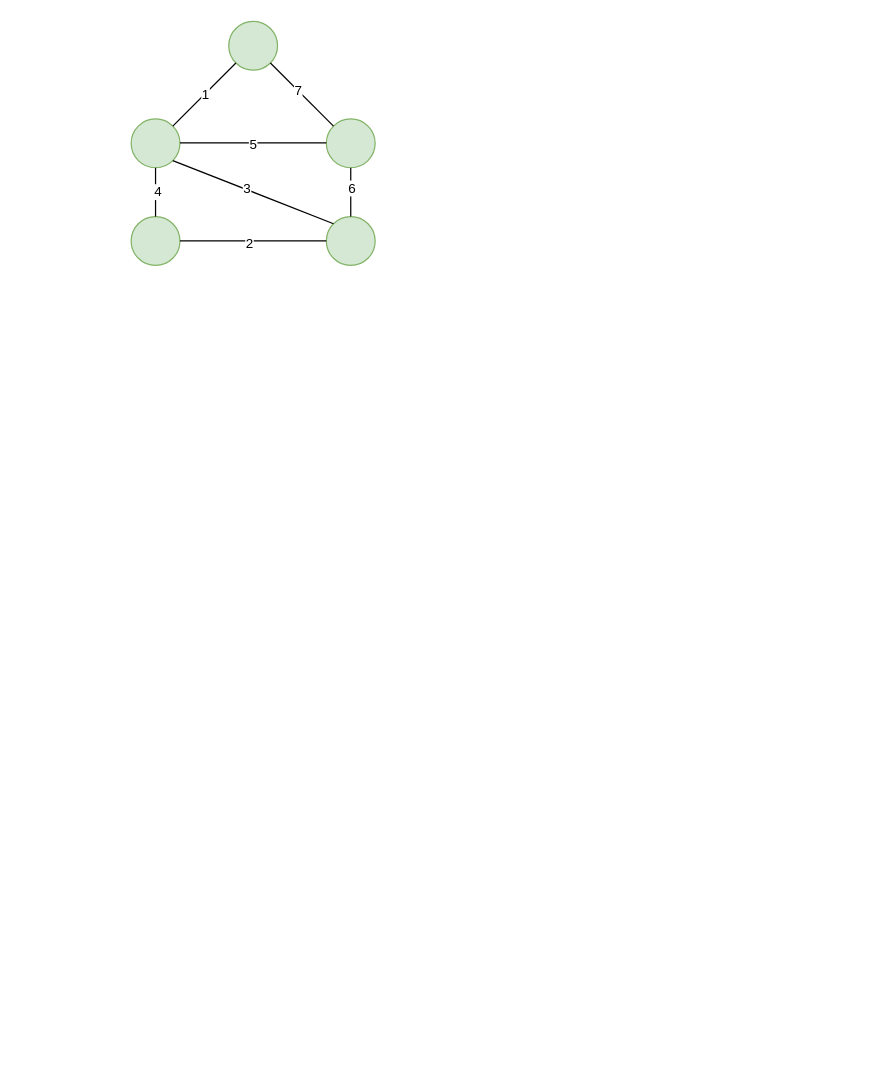
mahendra49/draw-io keeps this draw.io diagram as krushals.drawio. Above is the earlier version. Source tidied: cells renumbered, new cells numbered last; positions are measured from the earlier drawing's top-left corner, leaving out a move shared by most shapes. Both pictures are drawn from the tidied source at 122%, with x=0, y=0 at pixel (131, 21).
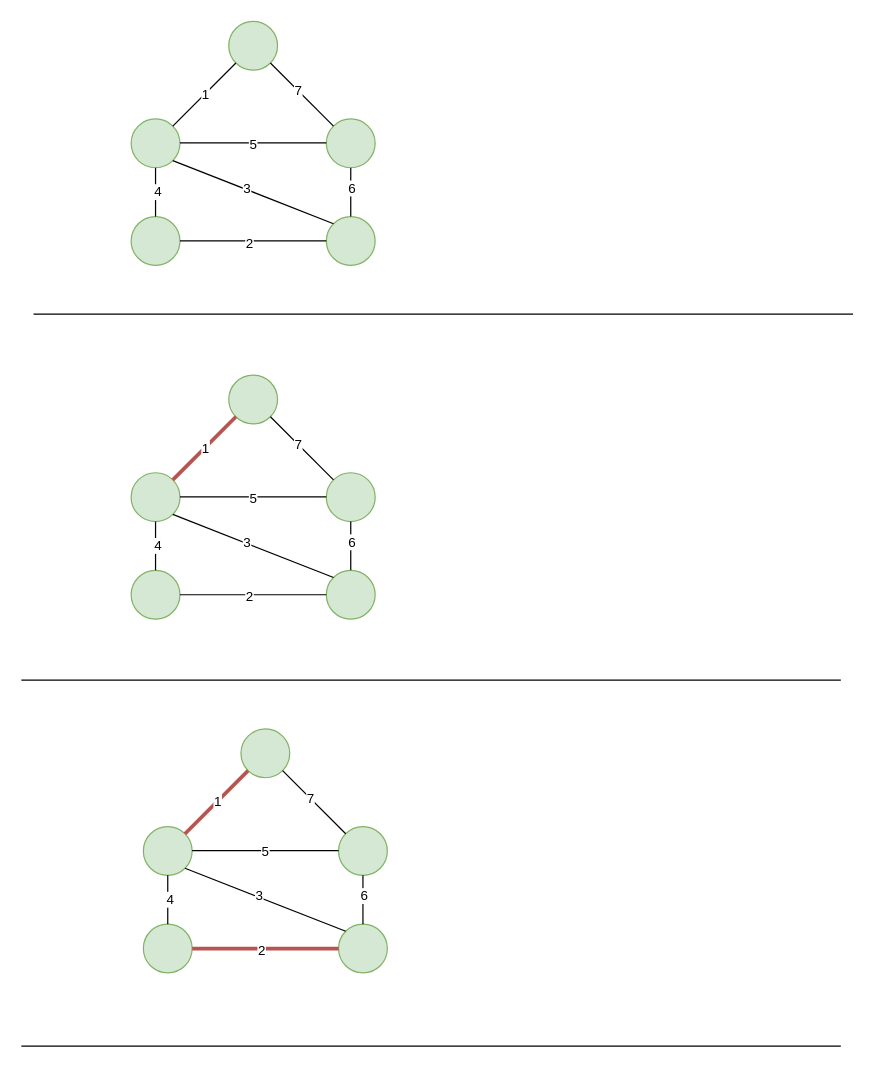
After the change.

Diff of the diagram source:
```diff
@@
+    <mxCell id="21" style="endArrow=none;html=1;rounded=0;" parent="1" edge="1">
+      <mxGeometry relative="1" as="geometry">
+        <mxPoint x="-80" y="240" as="sourcePoint" />
+        <mxPoint x="591.7" y="240" as="targetPoint" />
+      </mxGeometry>
+    </mxCell>
+    <mxCell id="22" style="ellipse;whiteSpace=wrap;html=1;fillColor=#d5e8d4;strokeColor=#82b366;" parent="1" vertex="1">
+      <mxGeometry x="80" y="290" width="40" height="40" as="geometry" />
+    </mxCell>
+    <mxCell id="23" style="ellipse;whiteSpace=wrap;html=1;fillColor=#d5e8d4;strokeColor=#82b366;" parent="1" vertex="1">
+      <mxGeometry y="370" width="40" height="40" as="geometry" />
+    </mxCell>
+    <mxCell id="24" style="ellipse;whiteSpace=wrap;html=1;fillColor=#d5e8d4;strokeColor=#82b366;" parent="1" vertex="1">
+      <mxGeometry x="160" y="370" width="40" height="40" as="geometry" />
+    </mxCell>
+    <mxCell id="25" style="ellipse;whiteSpace=wrap;html=1;fillColor=#d5e8d4;strokeColor=#82b366;" parent="1" vertex="1">
+      <mxGeometry y="450" width="40" height="40" as="geometry" />
+    </mxCell>
+    <mxCell id="26" style="ellipse;whiteSpace=wrap;html=1;fillColor=#d5e8d4;strokeColor=#82b366;" parent="1" vertex="1">
+      <mxGeometry x="160" y="450" width="40" height="40" as="geometry" />
+    </mxCell>
+    <mxCell id="27" style="endArrow=none;html=1;rounded=0;entryX=0;entryY=1;entryDx=0;entryDy=0;exitX=1;exitY=0;exitDx=0;exitDy=0;fillColor=#f8cecc;strokeColor=#b85450;strokeWidth=3;" parent="1" edge="1" source="23" target="22">
+      <mxGeometry relative="1" as="geometry" />
+    </mxCell>
+    <mxCell id="28" value="1" style="edgeLabel;html=1;align=center;verticalAlign=middle;" parent="27" vertex="1">
+      <mxGeometry relative="1" as="geometry" />
+    </mxCell>
+    <mxCell id="29" style="endArrow=none;html=1;rounded=0;entryX=1;entryY=1;entryDx=0;entryDy=0;exitX=0;exitY=0;exitDx=0;exitDy=0;" parent="1" edge="1" source="24" target="22">
+      <mxGeometry relative="1" as="geometry" />
+    </mxCell>
+    <mxCell id="30" value="7" style="edgeLabel;html=1;align=center;verticalAlign=middle;" parent="29" vertex="1">
+      <mxGeometry x="0.14" relative="1" as="geometry" />
+    </mxCell>
+    <mxCell id="31" style="endArrow=none;html=1;rounded=0;exitX=0.5;exitY=1;exitDx=0;exitDy=0;entryX=0.5;entryY=0;entryDx=0;entryDy=0;" parent="1" edge="1" source="23" target="25">
+      <mxGeometry relative="1" as="geometry" />
+    </mxCell>
+    <mxCell id="32" value="4" style="edgeLabel;html=1;align=center;verticalAlign=middle;" parent="31" vertex="1">
+      <mxGeometry x="-0.05" y="1" relative="1" as="geometry" />
+    </mxCell>
+    <mxCell id="33" style="endArrow=none;html=1;rounded=0;exitX=0.5;exitY=1;exitDx=0;exitDy=0;entryX=0.5;entryY=0;entryDx=0;entryDy=0;" parent="1" edge="1" source="24" target="26">
+      <mxGeometry relative="1" as="geometry" />
+    </mxCell>
+    <mxCell id="34" value="6" style="edgeLabel;html=1;align=center;verticalAlign=middle;" parent="33" vertex="1">
+      <mxGeometry x="-0.18" relative="1" as="geometry" />
+    </mxCell>
+    <mxCell id="35" style="endArrow=none;html=1;rounded=0;exitX=1;exitY=0.5;exitDx=0;exitDy=0;entryX=0;entryY=0.5;entryDx=0;entryDy=0;" parent="1" edge="1" source="25" target="26">
+      <mxGeometry relative="1" as="geometry" />
+    </mxCell>
+    <mxCell id="36" value="2" style="edgeLabel;html=1;align=center;verticalAlign=middle;" parent="35" vertex="1">
+      <mxGeometry x="-0.07" y="-1" relative="1" as="geometry" />
+    </mxCell>
+    <mxCell id="37" style="endArrow=none;html=1;rounded=0;exitX=1;exitY=0.5;exitDx=0;exitDy=0;entryX=0;entryY=0.5;entryDx=0;entryDy=0;" parent="1" edge="1">
+      <mxGeometry relative="1" as="geometry">
+        <mxPoint x="40" y="389.7" as="sourcePoint" />
+        <mxPoint x="160" y="389.7" as="targetPoint" />
+      </mxGeometry>
+    </mxCell>
+    <mxCell id="38" value="5" style="edgeLabel;html=1;align=center;verticalAlign=middle;" parent="37" vertex="1">
+      <mxGeometry x="-0.02" y="-1" relative="1" as="geometry" />
+    </mxCell>
+    <mxCell id="39" style="endArrow=none;html=1;rounded=0;exitX=1;exitY=1;exitDx=0;exitDy=0;entryX=0;entryY=0;entryDx=0;entryDy=0;" parent="1" edge="1" source="23" target="26">
+      <mxGeometry relative="1" as="geometry" />
+    </mxCell>
+    <mxCell id="40" value="3" style="edgeLabel;html=1;align=center;verticalAlign=middle;" parent="39" vertex="1">
+      <mxGeometry x="-0.1" y="1" relative="1" as="geometry" />
+    </mxCell>
+    <mxCell id="41" style="endArrow=none;html=1;rounded=0;" parent="1" edge="1">
+      <mxGeometry relative="1" as="geometry">
+        <mxPoint x="-90" y="540" as="sourcePoint" />
+        <mxPoint x="581.7" y="540" as="targetPoint" />
+      </mxGeometry>
+    </mxCell>
+    <mxCell id="42" style="ellipse;whiteSpace=wrap;html=1;fillColor=#d5e8d4;strokeColor=#82b366;" parent="1" vertex="1">
+      <mxGeometry x="90" y="580" width="40" height="40" as="geometry" />
+    </mxCell>
+    <mxCell id="43" style="ellipse;whiteSpace=wrap;html=1;fillColor=#d5e8d4;strokeColor=#82b366;" parent="1" vertex="1">
+      <mxGeometry x="10" y="660" width="40" height="40" as="geometry" />
+    </mxCell>
+    <mxCell id="44" style="ellipse;whiteSpace=wrap;html=1;fillColor=#d5e8d4;strokeColor=#82b366;" parent="1" vertex="1">
+      <mxGeometry x="170" y="660" width="40" height="40" as="geometry" />
+    </mxCell>
+    <mxCell id="45" style="ellipse;whiteSpace=wrap;html=1;fillColor=#d5e8d4;strokeColor=#82b366;" parent="1" vertex="1">
+      <mxGeometry x="10" y="740" width="40" height="40" as="geometry" />
+    </mxCell>
+    <mxCell id="46" style="ellipse;whiteSpace=wrap;html=1;fillColor=#d5e8d4;strokeColor=#82b366;" parent="1" vertex="1">
+      <mxGeometry x="170" y="740" width="40" height="40" as="geometry" />
+    </mxCell>
+    <mxCell id="47" style="endArrow=none;html=1;rounded=0;entryX=0;entryY=1;entryDx=0;entryDy=0;exitX=1;exitY=0;exitDx=0;exitDy=0;fillColor=#f8cecc;strokeColor=#b85450;strokeWidth=3;" parent="1" edge="1" source="43" target="42">
+      <mxGeometry relative="1" as="geometry" />
+    </mxCell>
+    <mxCell id="48" value="1" style="edgeLabel;html=1;align=center;verticalAlign=middle;" parent="47" vertex="1">
+      <mxGeometry relative="1" as="geometry" />
+    </mxCell>
+    <mxCell id="49" style="endArrow=none;html=1;rounded=0;entryX=1;entryY=1;entryDx=0;entryDy=0;exitX=0;exitY=0;exitDx=0;exitDy=0;" parent="1" edge="1" source="44" target="42">
+      <mxGeometry relative="1" as="geometry" />
+    </mxCell>
+    <mxCell id="50" value="7" style="edgeLabel;html=1;align=center;verticalAlign=middle;" parent="49" vertex="1">
+      <mxGeometry x="0.14" relative="1" as="geometry" />
+    </mxCell>
+    <mxCell id="51" style="endArrow=none;html=1;rounded=0;exitX=0.5;exitY=1;exitDx=0;exitDy=0;entryX=0.5;entryY=0;entryDx=0;entryDy=0;" parent="1" edge="1" source="43" target="45">
+      <mxGeometry relative="1" as="geometry" />
+    </mxCell>
+    <mxCell id="52" value="4" style="edgeLabel;html=1;align=center;verticalAlign=middle;" parent="51" vertex="1">
+      <mxGeometry x="-0.05" y="1" relative="1" as="geometry" />
+    </mxCell>
+    <mxCell id="53" style="endArrow=none;html=1;rounded=0;exitX=0.5;exitY=1;exitDx=0;exitDy=0;entryX=0.5;entryY=0;entryDx=0;entryDy=0;" parent="1" edge="1" source="44" target="46">
+      <mxGeometry relative="1" as="geometry" />
+    </mxCell>
+    <mxCell id="54" value="6" style="edgeLabel;html=1;align=center;verticalAlign=middle;" parent="53" vertex="1">
+      <mxGeometry x="-0.18" relative="1" as="geometry" />
+    </mxCell>
+    <mxCell id="55" style="endArrow=none;html=1;rounded=0;exitX=1;exitY=0.5;exitDx=0;exitDy=0;entryX=0;entryY=0.5;entryDx=0;entryDy=0;fillColor=#f8cecc;strokeColor=#b85450;strokeWidth=3;" parent="1" edge="1" source="45" target="46">
+      <mxGeometry relative="1" as="geometry" />
+    </mxCell>
+    <mxCell id="56" value="2" style="edgeLabel;html=1;align=center;verticalAlign=middle;" parent="55" vertex="1">
+      <mxGeometry x="-0.07" y="-1" relative="1" as="geometry" />
+    </mxCell>
+    <mxCell id="57" style="endArrow=none;html=1;rounded=0;exitX=1;exitY=0.5;exitDx=0;exitDy=0;entryX=0;entryY=0.5;entryDx=0;entryDy=0;" parent="1" edge="1">
+      <mxGeometry relative="1" as="geometry">
+        <mxPoint x="50" y="679.7" as="sourcePoint" />
+        <mxPoint x="170" y="679.7" as="targetPoint" />
+      </mxGeometry>
+    </mxCell>
+    <mxCell id="58" value="5" style="edgeLabel;html=1;align=center;verticalAlign=middle;" parent="57" vertex="1">
+      <mxGeometry x="-0.02" y="-1" relative="1" as="geometry" />
+    </mxCell>
+    <mxCell id="59" style="endArrow=none;html=1;rounded=0;exitX=1;exitY=1;exitDx=0;exitDy=0;entryX=0;entryY=0;entryDx=0;entryDy=0;" parent="1" edge="1" source="43" target="46">
+      <mxGeometry relative="1" as="geometry" />
+    </mxCell>
+    <mxCell id="60" value="3" style="edgeLabel;html=1;align=center;verticalAlign=middle;" parent="59" vertex="1">
+      <mxGeometry x="-0.1" y="1" relative="1" as="geometry" />
+    </mxCell>
+    <mxCell id="61" style="endArrow=none;html=1;rounded=0;" parent="1" edge="1">
+      <mxGeometry relative="1" as="geometry">
+        <mxPoint x="-90" y="840" as="sourcePoint" />
+        <mxPoint x="581.7" y="840" as="targetPoint" />
+      </mxGeometry>
+    </mxCell>
```
